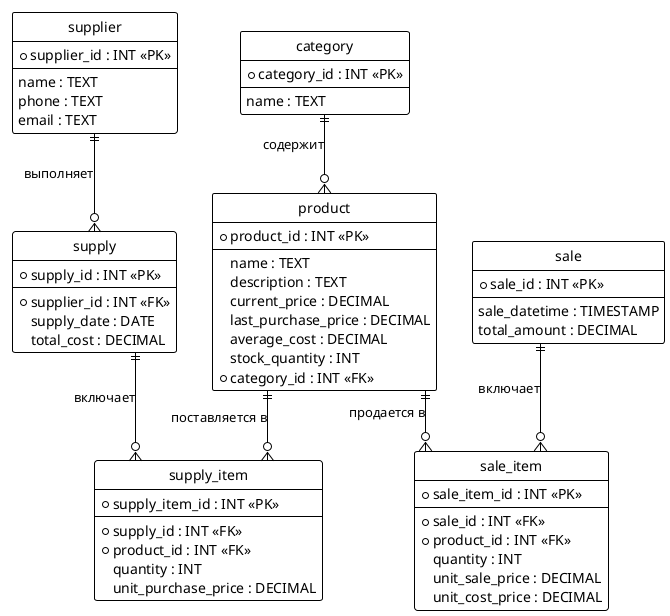
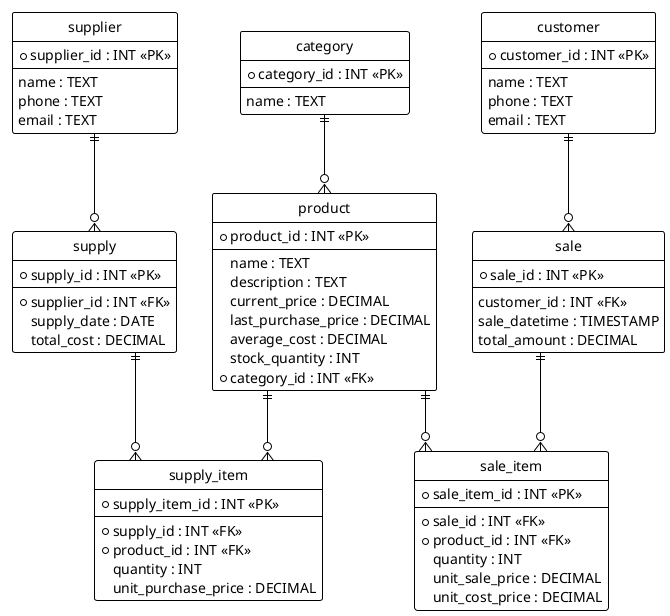
@startuml
!theme plain
hide circle
skinparam linetype ortho

entity "category" {
  *category_id : INT <<PK>>
  --
  name : TEXT
}

entity "supplier" {
  *supplier_id : INT <<PK>>
  --
  name : TEXT
  phone : TEXT
  email : TEXT
}

entity "product" {
  *product_id : INT <<PK>>
  --
  name : TEXT
  description : TEXT
  current_price : DECIMAL
  last_purchase_price : DECIMAL
  average_cost : DECIMAL
  stock_quantity : INT
  *category_id : INT <<FK>>
}

entity "supply" {
  *supply_id : INT <<PK>>
  --
  *supplier_id : INT <<FK>>
  supply_date : DATE
  total_cost : DECIMAL
}

entity "supply_item" {
  *supply_item_id : INT <<PK>>
  --
  *supply_id : INT <<FK>>
  *product_id : INT <<FK>>
  quantity : INT
  unit_purchase_price : DECIMAL
}

+ entity "customer" {
+   *customer_id : INT <<PK>>
+   --
+   name : TEXT
+   phone : TEXT
+   email : TEXT
+ }
+ 
entity "sale" {
  *sale_id : INT <<PK>>
  --
+   customer_id : INT <<FK>>
  sale_datetime : TIMESTAMP
  total_amount : DECIMAL
}

entity "sale_item" {
  *sale_item_id : INT <<PK>>
  --
  *sale_id : INT <<FK>>
  *product_id : INT <<FK>>
  quantity : INT
  unit_sale_price : DECIMAL
  unit_cost_price : DECIMAL
}

- ' Relationships
- category ||--o{ product : "содержит"
- supplier ||--o{ supply : "выполняет"
- supply ||--o{ supply_item : "включает"
- product ||--o{ supply_item : "поставляется в"
- sale ||--o{ sale_item : "включает"
- product ||--o{ sale_item : "продается в"
+ category ||--o{ product
+ supplier ||--o{ supply
+ supply ||--o{ supply_item
+ product ||--o{ supply_item
+ customer ||--o{ sale
+ sale ||--o{ sale_item
+ product ||--o{ sale_item

@enduml